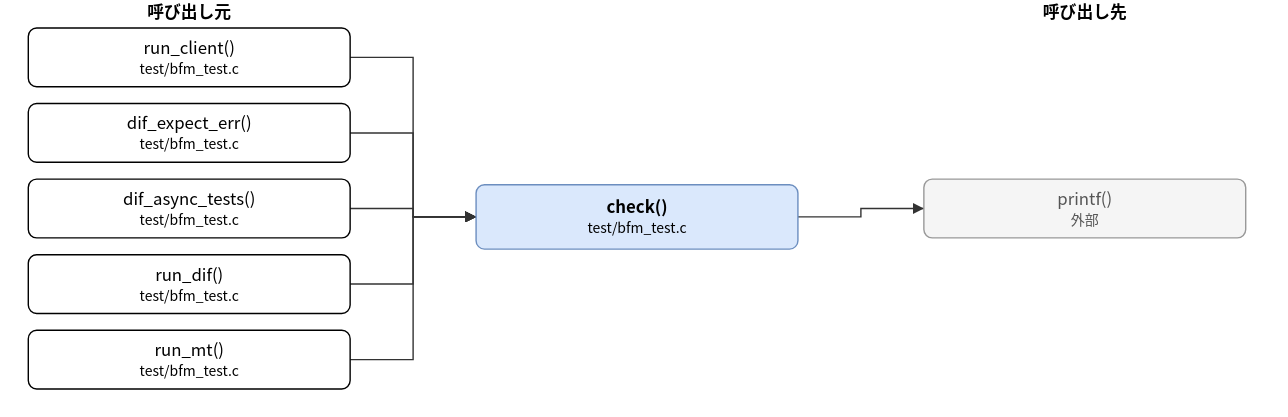
The draw.io diagram doc/spec/images/call_test_bfm_test-check.drawio.svg in hf355051012-ai/bfmem, before a commit. Source tidied: cells renumbered, new cells last; positions are measured from the earlier drawing's top-left corner, leaving out a move shared by most shapes.
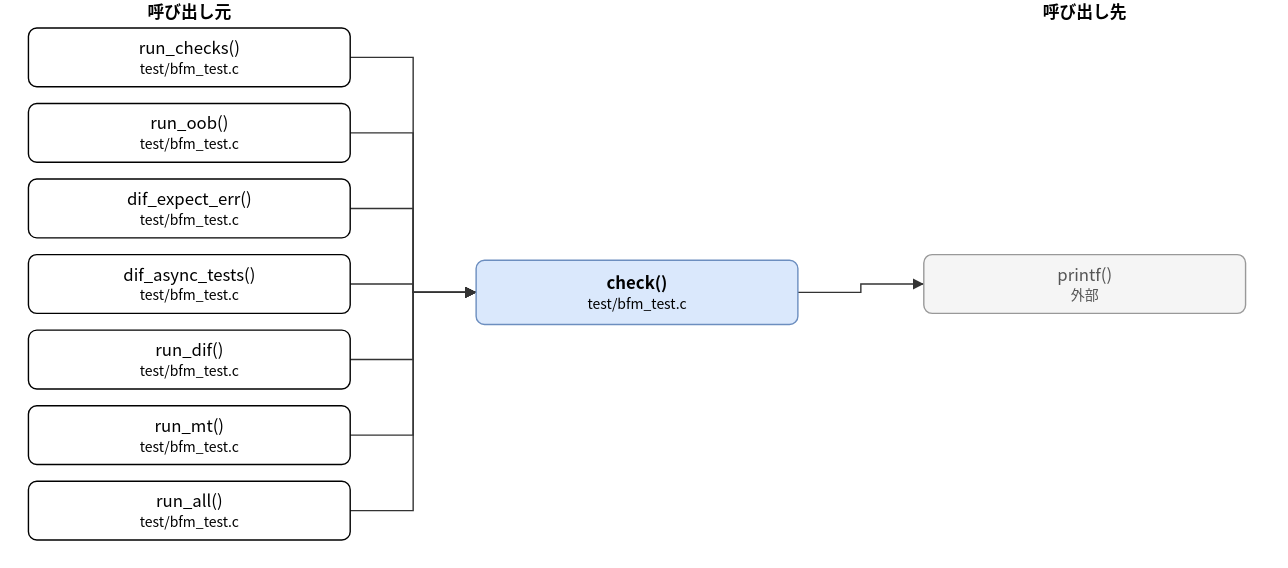
Later version of the same file.

Change to the diagram source:
```diff
@@ -3,31 +3,37 @@
     <mxCell id="0" />
     <mxCell id="1" parent="0" />
     <mxCell id="2" value="check()&lt;br&gt;&lt;font style=&quot;font-size:10px&quot;&gt;test/bfm_test.c&lt;/font&gt;" style="rounded=1;whiteSpace=wrap;html=1;fillColor=#dae8fc;strokeColor=#6c8ebf;fontStyle=1;" parent="1" vertex="1">
-      <mxGeometry x="320" y="132" width="230" height="46" as="geometry" />
+      <mxGeometry x="320" y="186" width="230" height="46" as="geometry" />
     </mxCell>
-    <mxCell id="3" value="run_client()&lt;br&gt;&lt;font style=&quot;font-size:10px&quot;&gt;test/bfm_test.c&lt;/font&gt;" style="rounded=1;whiteSpace=wrap;html=1;" parent="1" vertex="1">
+    <mxCell id="3" value="run_checks()&lt;br&gt;&lt;font style=&quot;font-size:10px&quot;&gt;test/bfm_test.c&lt;/font&gt;" style="rounded=1;whiteSpace=wrap;html=1;" parent="1" vertex="1">
       <mxGeometry y="20" width="230" height="42" as="geometry" />
     </mxCell>
-    <mxCell id="4" value="dif_expect_err()&lt;br&gt;&lt;font style=&quot;font-size:10px&quot;&gt;test/bfm_test.c&lt;/font&gt;" style="rounded=1;whiteSpace=wrap;html=1;" parent="1" vertex="1">
+    <mxCell id="4" value="run_oob()&lt;br&gt;&lt;font style=&quot;font-size:10px&quot;&gt;test/bfm_test.c&lt;/font&gt;" style="rounded=1;whiteSpace=wrap;html=1;" parent="1" vertex="1">
       <mxGeometry y="74" width="230" height="42" as="geometry" />
     </mxCell>
-    <mxCell id="5" value="dif_async_tests()&lt;br&gt;&lt;font style=&quot;font-size:10px&quot;&gt;test/bfm_test.c&lt;/font&gt;" style="rounded=1;whiteSpace=wrap;html=1;" parent="1" vertex="1">
+    <mxCell id="5" value="dif_expect_err()&lt;br&gt;&lt;font style=&quot;font-size:10px&quot;&gt;test/bfm_test.c&lt;/font&gt;" style="rounded=1;whiteSpace=wrap;html=1;" parent="1" vertex="1">
       <mxGeometry y="128" width="230" height="42" as="geometry" />
     </mxCell>
-    <mxCell id="6" value="run_dif()&lt;br&gt;&lt;font style=&quot;font-size:10px&quot;&gt;test/bfm_test.c&lt;/font&gt;" style="rounded=1;whiteSpace=wrap;html=1;" parent="1" vertex="1">
+    <mxCell id="6" value="dif_async_tests()&lt;br&gt;&lt;font style=&quot;font-size:10px&quot;&gt;test/bfm_test.c&lt;/font&gt;" style="rounded=1;whiteSpace=wrap;html=1;" parent="1" vertex="1">
       <mxGeometry y="182" width="230" height="42" as="geometry" />
     </mxCell>
-    <mxCell id="7" value="run_mt()&lt;br&gt;&lt;font style=&quot;font-size:10px&quot;&gt;test/bfm_test.c&lt;/font&gt;" style="rounded=1;whiteSpace=wrap;html=1;" parent="1" vertex="1">
+    <mxCell id="7" value="run_dif()&lt;br&gt;&lt;font style=&quot;font-size:10px&quot;&gt;test/bfm_test.c&lt;/font&gt;" style="rounded=1;whiteSpace=wrap;html=1;" parent="1" vertex="1">
       <mxGeometry y="236" width="230" height="42" as="geometry" />
     </mxCell>
+    <mxCell id="17" value="run_mt()&lt;br&gt;&lt;font style=&quot;font-size:10px&quot;&gt;test/bfm_test.c&lt;/font&gt;" style="rounded=1;whiteSpace=wrap;html=1;" parent="1" vertex="1">
+      <mxGeometry y="290" width="230" height="42" as="geometry" />
+    </mxCell>
+    <mxCell id="18" value="run_all()&lt;br&gt;&lt;font style=&quot;font-size:10px&quot;&gt;test/bfm_test.c&lt;/font&gt;" style="rounded=1;whiteSpace=wrap;html=1;" parent="1" vertex="1">
+      <mxGeometry y="344" width="230" height="42" as="geometry" />
+    </mxCell>
     <mxCell id="8" value="printf()&lt;br&gt;&lt;font style=&quot;font-size:10px&quot;&gt;外部&lt;/font&gt;" style="rounded=1;whiteSpace=wrap;html=1;fillColor=#f5f5f5;strokeColor=#999999;fontColor=#555555;" parent="1" vertex="1">
-      <mxGeometry x="640" y="128" width="230" height="42" as="geometry" />
+      <mxGeometry x="640" y="182" width="230" height="42" as="geometry" />
     </mxCell>
     <mxCell id="9" style="edgeStyle=none;html=1;rounded=0;endArrow=block;endFill=1;exitX=1.0000;exitY=0.5000;exitDx=0;exitDy=0;exitPerimeter=0;entryX=0.0000;entryY=0.5000;entryDx=0;entryDy=0;entryPerimeter=0;" parent="1" edge="1" source="3" target="2">
       <mxGeometry relative="1" as="geometry">
         <Array as="points">
           <mxPoint x="275" y="41" />
-          <mxPoint x="275" y="155" />
+          <mxPoint x="275" y="209" />
         </Array>
       </mxGeometry>
     </mxCell>
@@ -35,7 +41,7 @@
       <mxGeometry relative="1" as="geometry">
         <Array as="points">
           <mxPoint x="275" y="95" />
-          <mxPoint x="275" y="155" />
+          <mxPoint x="275" y="209" />
         </Array>
       </mxGeometry>
     </mxCell>
@@ -43,7 +49,7 @@
       <mxGeometry relative="1" as="geometry">
         <Array as="points">
           <mxPoint x="275" y="149" />
-          <mxPoint x="275" y="155" />
+          <mxPoint x="275" y="209" />
         </Array>
       </mxGeometry>
     </mxCell>
@@ -51,7 +57,7 @@
       <mxGeometry relative="1" as="geometry">
         <Array as="points">
           <mxPoint x="275" y="203" />
-          <mxPoint x="275" y="155" />
+          <mxPoint x="275" y="209" />
         </Array>
       </mxGeometry>
     </mxCell>
@@ -59,18 +65,34 @@
       <mxGeometry relative="1" as="geometry">
         <Array as="points">
           <mxPoint x="275" y="257" />
-          <mxPoint x="275" y="155" />
+          <mxPoint x="275" y="209" />
         </Array>
       </mxGeometry>
     </mxCell>
-    <mxCell id="14" style="edgeStyle=none;html=1;rounded=0;endArrow=block;endFill=1;exitX=1.0000;exitY=0.5000;exitDx=0;exitDy=0;exitPerimeter=0;entryX=0.0000;entryY=0.5000;entryDx=0;entryDy=0;entryPerimeter=0;" parent="1" edge="1" source="2" target="8">
+    <mxCell id="14" style="edgeStyle=none;html=1;rounded=0;endArrow=block;endFill=1;exitX=1.0000;exitY=0.5000;exitDx=0;exitDy=0;exitPerimeter=0;entryX=0.0000;entryY=0.5000;entryDx=0;entryDy=0;entryPerimeter=0;" parent="1" edge="1" source="17" target="2">
       <mxGeometry relative="1" as="geometry">
         <Array as="points">
-          <mxPoint x="595" y="155" />
-          <mxPoint x="595" y="149" />
+          <mxPoint x="275" y="311" />
+          <mxPoint x="275" y="209" />
         </Array>
       </mxGeometry>
     </mxCell>
+    <mxCell id="19" style="edgeStyle=none;html=1;rounded=0;endArrow=block;endFill=1;exitX=1.0000;exitY=0.5000;exitDx=0;exitDy=0;exitPerimeter=0;entryX=0.0000;entryY=0.5000;entryDx=0;entryDy=0;entryPerimeter=0;" parent="1" edge="1" source="18" target="2">
+      <mxGeometry relative="1" as="geometry">
+        <Array as="points">
+          <mxPoint x="275" y="365" />
+          <mxPoint x="275" y="209" />
+        </Array>
+      </mxGeometry>
+    </mxCell>
+    <mxCell id="20" style="edgeStyle=none;html=1;rounded=0;endArrow=block;endFill=1;exitX=1.0000;exitY=0.5000;exitDx=0;exitDy=0;exitPerimeter=0;entryX=0.0000;entryY=0.5000;entryDx=0;entryDy=0;entryPerimeter=0;" parent="1" edge="1" source="2" target="8">
+      <mxGeometry relative="1" as="geometry">
+        <Array as="points">
+          <mxPoint x="595" y="209" />
+          <mxPoint x="595" y="203" />
+        </Array>
+      </mxGeometry>
+    </mxCell>
     <mxCell id="15" value="呼び出し元" style="text;html=1;align=center;fontStyle=1;" parent="1" vertex="1">
       <mxGeometry x="35" width="160" height="18" as="geometry" />
     </mxCell>
```
